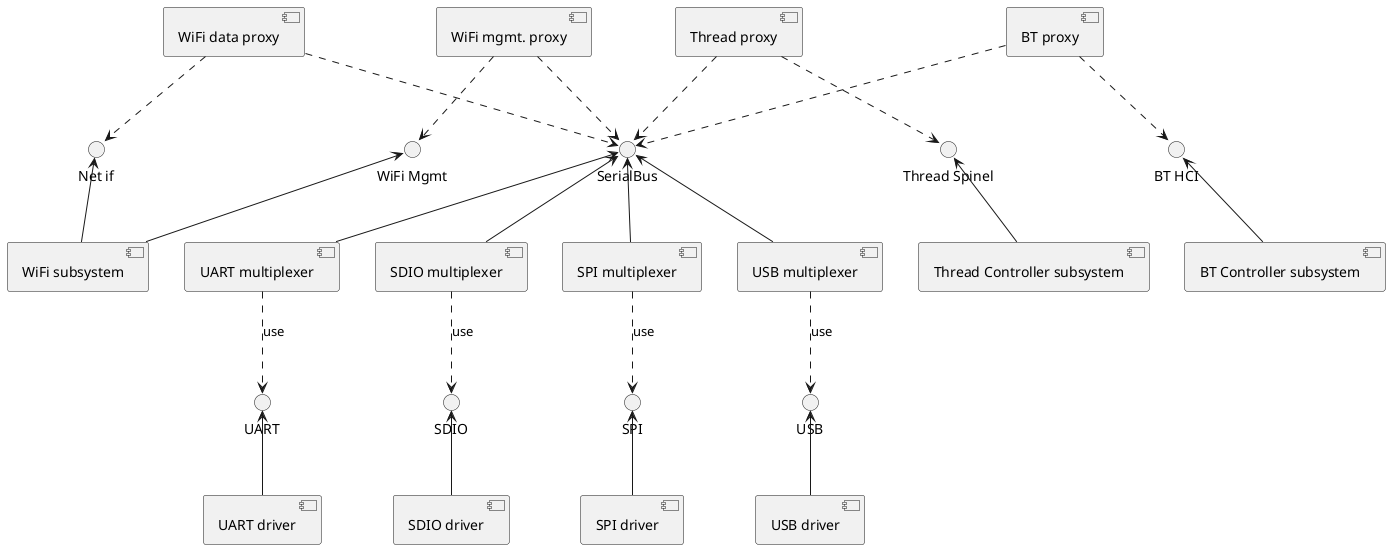
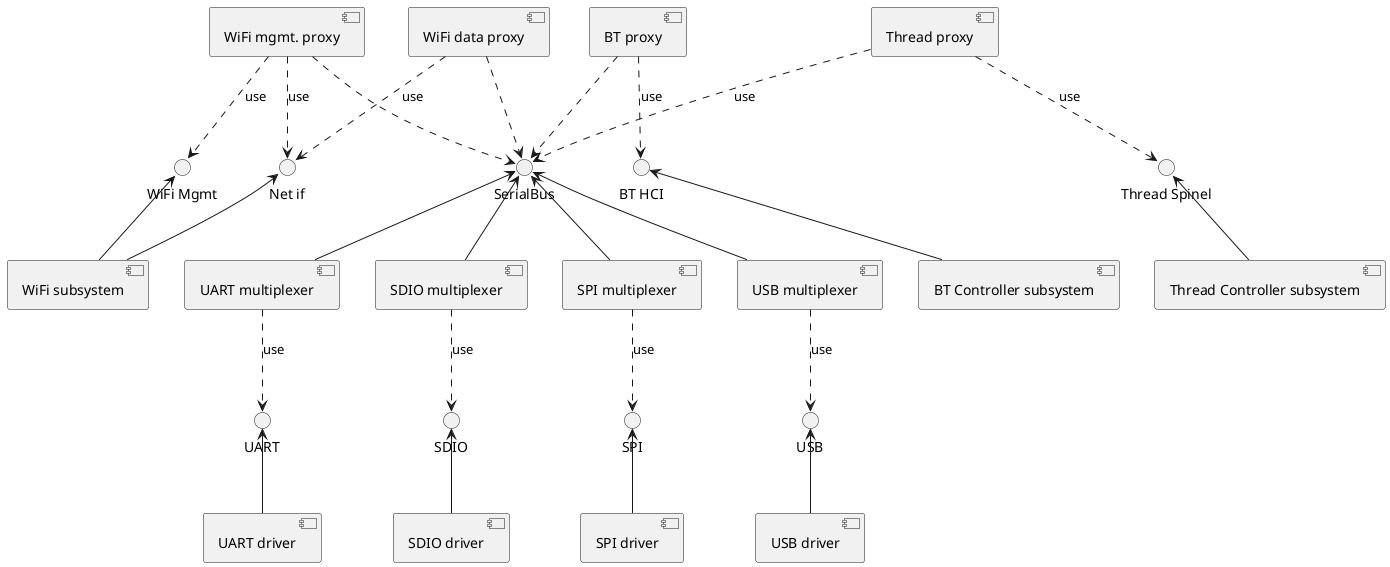
@startuml
() "UART"
() "SPI"
() "SDIO"
() "USB"
() "SerialBus"
() "WiFi Mgmt"
() "Net if"
() "BT HCI"
() "Thread Spinel"
UART <-- [UART driver]
SPI <-- [SPI driver]
SDIO <-- [SDIO driver]
USB <--[USB driver]
"WiFi Mgmt" <-- [WiFi subsystem]
"Net if" <-- [WiFi subsystem]
"BT HCI" <-- [BT Controller subsystem]
"Thread Spinel" <-- [Thread Controller subsystem]
SerialBus <-- [UART multiplexer]
SerialBus <-- [SDIO multiplexer]
SerialBus <-- [SPI multiplexer]
SerialBus <-- [USB multiplexer]
[UART multiplexer] ..> UART: use
[SDIO multiplexer] ..> SDIO: use
[SPI multiplexer] ..> SPI: use
[USB multiplexer] ..> USB: use
[WiFi mgmt. proxy] ..> SerialBus
[WiFi data proxy] ..> SerialBus
- [WiFi mgmt. proxy] ..> "WiFi Mgmt"
- [WiFi data proxy] ..> "Net if"
+ [WiFi mgmt. proxy] ..> "WiFi Mgmt": use
+ [WiFi mgmt. proxy] ..> "Net if": use
+ [WiFi data proxy] ..> "Net if": use
[BT proxy] ..> SerialBus
- [BT proxy] ..> "BT HCI"
- [Thread proxy] ..> SerialBus
- [Thread proxy] ..> "Thread Spinel"
+ [BT proxy] ..> "BT HCI": use
+ [Thread proxy] ..> SerialBus: use
+ [Thread proxy] ..> "Thread Spinel": use
@enduml